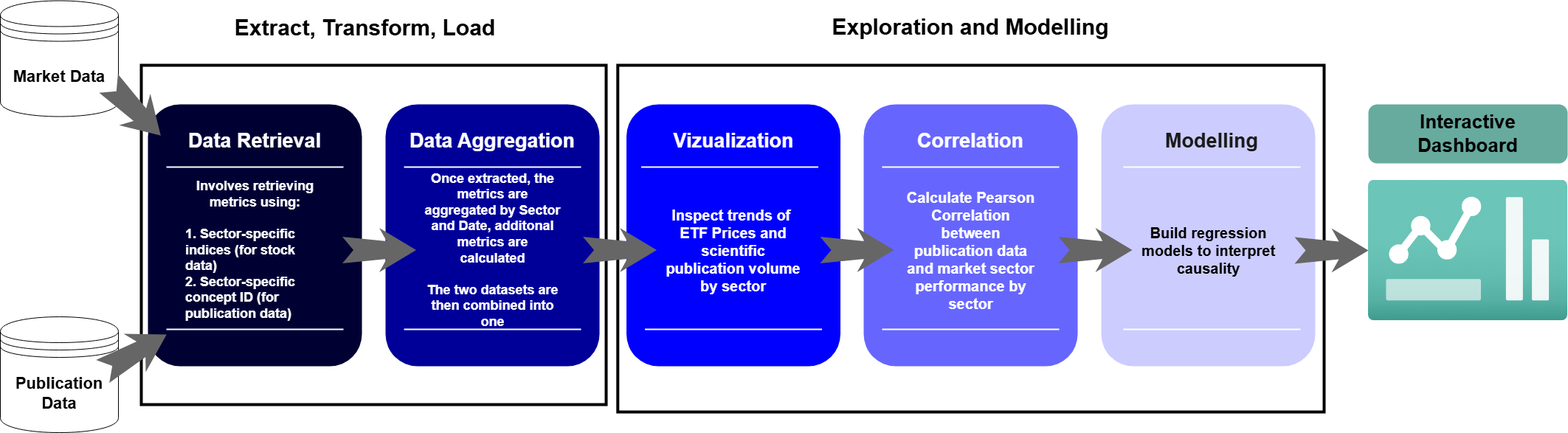
Earlier version of the draw.io export StockXPublication.png (MusondaSinkala/stock-publication-analyzer). Source tidied: cells renumbered, new cells last; positions are measured from the earlier drawing's top-left corner, leaving out a move shared by most shapes. Its diagram source:
```xml
<mxGraphModel>
  <root>
    <mxCell id="0" />
    <mxCell id="1" parent="0" />
    <mxCell id="2" style="labelBorderColor=light-dark(#000000,#000000);textOpacity=0;fontColor=none;noLabel=1;strokeColor=light-dark(#000000,#330000);strokeWidth=4;fillStyle=zigzag-line;fillColor=none;spacing=5;fontSize=14;" parent="1" vertex="1">
      <mxGeometry x="836.8" y="88" width="957.2" height="470" as="geometry" />
    </mxCell>
    <mxCell id="3" style="labelBorderColor=light-dark(#000000,#000000);textOpacity=0;fontColor=none;noLabel=1;strokeColor=light-dark(#000000,#333333);strokeWidth=4;fillStyle=zigzag-line;fillColor=none;fontSize=14;spacing=4;" parent="1" vertex="1">
      <mxGeometry x="191" y="88" width="630" height="460" as="geometry" />
    </mxCell>
    <mxCell id="4" value="&lt;span style=&quot;font-size: 22px;&quot;&gt;Market Data&lt;/span&gt;" style="shape=datastore;whiteSpace=wrap;html=1;fillColor=light-dark(#FFFFFF,#FFFFFF);strokeColor=light-dark(#000000,#000000);fontColor=light-dark(#000000,#000000);fontStyle=1;" parent="1" vertex="1">
      <mxGeometry y="0.5" width="160" height="157" as="geometry" />
    </mxCell>
    <mxCell id="5" style="whiteSpace=wrap;html=1;rounded=1;shadow=0;strokeWidth=8;fontSize=20;align=center;strokeColor=none;fillColor=light-dark(#000033,#000033);" parent="1" vertex="1">
      <mxGeometry x="200" y="141" width="290" height="355" as="geometry" />
    </mxCell>
    <mxCell id="6" value="Data Retrieval" style="text;html=1;strokeColor=none;fillColor=none;align=center;verticalAlign=middle;whiteSpace=wrap;rounded=0;shadow=0;fontSize=27;fontColor=light-dark(#FFFFFF,#FFFFFF);fontStyle=1;" parent="1" vertex="1">
      <mxGeometry x="205" y="161" width="280" height="60" as="geometry" />
    </mxCell>
    <mxCell id="7" value="&lt;font&gt;Involves retrieving metrics using:&lt;/font&gt;&lt;div&gt;&lt;font&gt;&lt;br&gt;&lt;/font&gt;&lt;/div&gt;&lt;div style=&quot;text-align: left;&quot;&gt;&lt;font&gt;1.&amp;nbsp;Sector-specific indices (for stock data)&lt;/font&gt;&lt;/div&gt;&lt;div style=&quot;text-align: left;&quot;&gt;&lt;font&gt;2. Sector-specific concept ID (for publication data)&lt;/font&gt;&lt;/div&gt;" style="text;html=1;strokeColor=none;fillColor=none;align=center;verticalAlign=middle;whiteSpace=wrap;rounded=0;shadow=0;fontSize=18;fontColor=light-dark(#FFFFFF, #faf9f9);fontStyle=1;" parent="1" vertex="1">
      <mxGeometry x="249.5" y="233.5" width="191" height="210" as="geometry" />
    </mxCell>
    <mxCell id="8" style="line;strokeWidth=2;html=1;rounded=0;shadow=0;fontSize=27;align=center;fillColor=none;strokeColor=light-dark(#FFFFFF,#FFFFFF);" parent="1" vertex="1">
      <mxGeometry x="225" y="221" width="240" height="10" as="geometry" />
    </mxCell>
    <mxCell id="9" style="line;strokeWidth=2;html=1;rounded=0;shadow=0;fontSize=27;align=center;fillColor=none;strokeColor=light-dark(#FFFFFF,#FFFFFF);labelBackgroundColor=none;fontColor=none;noLabel=1;" parent="1" vertex="1">
      <mxGeometry x="225" y="441" width="240" height="10" as="geometry" />
    </mxCell>
    <mxCell id="10" style="html=1;shadow=0;dashed=0;align=center;verticalAlign=middle;shape=mxgraph.arrows2.stylisedArrow;dy=0.6;dx=40;notch=15;feather=0.4;rounded=0;strokeWidth=1;fontSize=27;strokeColor=none;fillColor=light-dark(#666666,#666666);rotation=45;" parent="1" vertex="1">
      <mxGeometry x="132" y="118" width="100" height="60" as="geometry" />
    </mxCell>
    <mxCell id="11" style="whiteSpace=wrap;html=1;rounded=1;shadow=0;strokeWidth=8;fontSize=20;align=center;fillColor=light-dark(#000099,#000099);strokeColor=none;glass=0;" parent="1" vertex="1">
      <mxGeometry x="522" y="141" width="290" height="355" as="geometry" />
    </mxCell>
    <mxCell id="12" value="Data Aggregation" style="text;html=1;strokeColor=none;fillColor=none;align=center;verticalAlign=middle;whiteSpace=wrap;rounded=0;shadow=0;fontSize=27;fontColor=light-dark(#FFFFFF,#FFFFFF);fontStyle=1;" parent="1" vertex="1">
      <mxGeometry x="527" y="161" width="280" height="60" as="geometry" />
    </mxCell>
    <mxCell id="13" value="&lt;b&gt;Once extracted, the metrics are aggregated by Sector and Date, additonal metrics are calculated&lt;/b&gt;&lt;div&gt;&lt;b&gt;&lt;br&gt;&lt;/b&gt;&lt;/div&gt;&lt;div&gt;&lt;b&gt;The two datasets are then combined into one&lt;/b&gt;&lt;/div&gt;" style="text;html=1;strokeColor=none;fillColor=none;align=center;verticalAlign=middle;whiteSpace=wrap;rounded=0;shadow=0;fontSize=18;fontColor=light-dark(#FFFFFF,#FFFFFF);" parent="1" vertex="1">
      <mxGeometry x="571.5" y="203.5" width="191" height="270" as="geometry" />
    </mxCell>
    <mxCell id="14" style="line;strokeWidth=2;html=1;rounded=0;shadow=0;fontSize=27;align=center;fillColor=none;strokeColor=light-dark(#FFFFFF,#FFFFFF);" parent="1" vertex="1">
      <mxGeometry x="547" y="221" width="240" height="10" as="geometry" />
    </mxCell>
    <mxCell id="15" style="line;strokeWidth=2;html=1;rounded=0;shadow=0;fontSize=27;align=center;fillColor=none;strokeColor=light-dark(#FFFFFF,#FFFFFF);fontColor=light-dark(#FFFFFF,#FFFFFF);" parent="1" vertex="1">
      <mxGeometry x="547" y="441" width="240" height="10" as="geometry" />
    </mxCell>
    <mxCell id="16" style="whiteSpace=wrap;html=1;rounded=1;shadow=0;strokeWidth=8;fontSize=20;align=center;fillColor=light-dark(#6666FF,#6666FF);strokeColor=none;" parent="1" vertex="1">
      <mxGeometry x="1170" y="141" width="290" height="355" as="geometry" />
    </mxCell>
    <mxCell id="17" value="Correlation" style="text;html=1;strokeColor=none;fillColor=none;align=center;verticalAlign=middle;whiteSpace=wrap;rounded=0;shadow=0;fontSize=27;fontColor=light-dark(#FFFFFF,#FFFFFF);fontStyle=1;" parent="1" vertex="1">
      <mxGeometry x="1175" y="161" width="280" height="60" as="geometry" />
    </mxCell>
    <mxCell id="18" style="line;strokeWidth=2;html=1;rounded=0;shadow=0;fontSize=27;align=center;fillColor=none;strokeColor=#FFFFFF;" parent="1" vertex="1">
      <mxGeometry x="1195" y="221" width="240" height="10" as="geometry" />
    </mxCell>
    <mxCell id="19" style="line;strokeWidth=2;html=1;rounded=0;shadow=0;fontSize=27;align=center;fillColor=none;strokeColor=#FFFFFF;" parent="1" vertex="1">
      <mxGeometry x="1195" y="441" width="240" height="10" as="geometry" />
    </mxCell>
    <mxCell id="20" style="whiteSpace=wrap;html=1;rounded=1;shadow=0;strokeWidth=8;fontSize=20;align=center;fillColor=light-dark(#CCCCFF,#CCCCFF);strokeColor=none;gradientColor=none;" parent="1" vertex="1">
      <mxGeometry x="1492" y="141" width="290" height="355" as="geometry" />
    </mxCell>
    <mxCell id="21" value="Modelling" style="text;html=1;strokeColor=none;fillColor=none;align=center;verticalAlign=middle;whiteSpace=wrap;rounded=0;shadow=0;fontSize=27;fontColor=light-dark(#1A1A1A,#1A1A1A);fontStyle=1;" parent="1" vertex="1">
      <mxGeometry x="1502" y="161" width="280" height="60" as="geometry" />
    </mxCell>
    <mxCell id="22" style="line;strokeWidth=2;html=1;rounded=0;shadow=0;fontSize=27;align=center;fillColor=none;strokeColor=#FFFFFF;" parent="1" vertex="1">
      <mxGeometry x="1522" y="221" width="240" height="10" as="geometry" />
    </mxCell>
    <mxCell id="23" style="line;strokeWidth=2;html=1;rounded=0;shadow=0;fontSize=27;align=center;fillColor=none;strokeColor=#FFFFFF;" parent="1" vertex="1">
      <mxGeometry x="1522" y="441" width="240" height="10" as="geometry" />
    </mxCell>
    <mxCell id="24" style="image;html=1;align=center;fontSize=12;image=img/lib/azure2/general/Dashboard2.svg;" parent="1" vertex="1">
      <mxGeometry x="1854" y="243.7" width="270" height="190.6" as="geometry" />
    </mxCell>
    <mxCell id="25" style="html=1;shadow=0;dashed=0;align=center;verticalAlign=middle;shape=mxgraph.arrows2.stylisedArrow;dy=0.6;dx=40;notch=15;feather=0.4;rounded=0;strokeWidth=1;fontSize=27;strokeColor=none;fillColor=light-dark(#666666,#666666);" parent="1" vertex="1">
      <mxGeometry x="463.5" y="308.5" width="100" height="60" as="geometry" />
    </mxCell>
    <mxCell id="26" style="html=1;shadow=0;dashed=0;align=center;verticalAlign=middle;shape=mxgraph.arrows2.stylisedArrow;dy=0.6;dx=40;notch=15;feather=0.4;rounded=0;strokeWidth=1;fontSize=27;strokeColor=none;fillColor=light-dark(#666666,#666666);" parent="1" vertex="1">
      <mxGeometry x="1434" y="308.5" width="100" height="60" as="geometry" />
    </mxCell>
    <mxCell id="27" value="&lt;font style=&quot;font-size: 22px;&quot;&gt;Publication Data&lt;/font&gt;" style="shape=datastore;whiteSpace=wrap;html=1;strokeColor=light-dark(#000000,#000000);fillColor=light-dark(#FFFFFF,#D5E8D4);fontColor=light-dark(#000000,#000000);fontStyle=1;" parent="1" vertex="1">
      <mxGeometry y="429" width="160" height="157" as="geometry" />
    </mxCell>
    <mxCell id="28" style="html=1;shadow=0;dashed=0;align=center;verticalAlign=middle;shape=mxgraph.arrows2.stylisedArrow;dy=0.6;dx=40;notch=15;feather=0.4;rounded=0;strokeWidth=1;fontSize=27;strokeColor=none;fillColor=light-dark(#666666,#666666);" parent="1" vertex="1">
      <mxGeometry x="1754" y="309" width="100" height="60" as="geometry" />
    </mxCell>
    <mxCell id="29" value="Calculate Pearson Correlation between publication data and market sector performance by sector" style="text;html=1;strokeColor=none;fillColor=none;align=center;verticalAlign=middle;whiteSpace=wrap;rounded=0;shadow=0;fontSize=20;fontColor=light-dark(#FFFFFF,#FFFFFF);fontStyle=1;" parent="1" vertex="1">
      <mxGeometry x="1219.5" y="203.5" width="191" height="270" as="geometry" />
    </mxCell>
    <mxCell id="30" value="&lt;span&gt;&lt;font style=&quot;color: light-dark(rgb(0, 0, 0), rgb(0, 0, 0));&quot;&gt;Build regression models to interpret causality&lt;/font&gt;&lt;/span&gt;" style="text;html=1;strokeColor=none;fillColor=none;align=center;verticalAlign=middle;whiteSpace=wrap;rounded=0;shadow=0;fontSize=20;fontColor=light-dark(#000000,#000000);fontStyle=1;" parent="1" vertex="1">
      <mxGeometry x="1541.5" y="203.5" width="191" height="270" as="geometry" />
    </mxCell>
    <mxCell id="31" value="Interactive Dashboard" style="text;strokeColor=none;align=center;fillColor=light-dark(#67AB9F,#67AB9F);html=1;verticalAlign=middle;whiteSpace=wrap;rounded=1;fontColor=light-dark(#000000,#EDEDED);fontSize=26;fontStyle=1;" parent="1" vertex="1">
      <mxGeometry x="1854" y="141" width="270" height="80" as="geometry" />
    </mxCell>
    <mxCell id="32" value="&lt;font style=&quot;font-size: 30px;&quot;&gt;&lt;b style=&quot;&quot;&gt;Extract, Transform, Load&lt;/b&gt;&lt;/font&gt;" style="rounded=0;whiteSpace=wrap;html=1;fillColor=none;strokeColor=none;fontColor=light-dark(#000000,#333333);" parent="1" vertex="1">
      <mxGeometry x="285" y="7" width="419" height="60" as="geometry" />
    </mxCell>
    <mxCell id="33" style="whiteSpace=wrap;html=1;rounded=1;shadow=0;strokeWidth=8;fontSize=20;align=center;fillColor=light-dark(#0000FF,#0000FF);strokeColor=none;" parent="1" vertex="1">
      <mxGeometry x="848.5" y="141" width="290" height="355" as="geometry" />
    </mxCell>
    <mxCell id="34" value="Vizualization" style="text;html=1;strokeColor=none;fillColor=none;align=center;verticalAlign=middle;whiteSpace=wrap;rounded=0;shadow=0;fontSize=27;fontColor=light-dark(#FFFFFF,#FFFFFF);fontStyle=1;" parent="1" vertex="1">
      <mxGeometry x="853.5" y="161" width="280" height="60" as="geometry" />
    </mxCell>
    <mxCell id="35" style="line;strokeWidth=2;html=1;rounded=0;shadow=0;fontSize=27;align=center;fillColor=none;strokeColor=#FFFFFF;" parent="1" vertex="1">
      <mxGeometry x="873.5" y="441" width="240" height="10" as="geometry" />
    </mxCell>
    <mxCell id="36" style="html=1;shadow=0;dashed=0;align=center;verticalAlign=middle;shape=mxgraph.arrows2.stylisedArrow;dy=0.6;dx=40;notch=15;feather=0.4;rounded=0;strokeWidth=1;fontSize=27;strokeColor=none;fillColor=light-dark(#666666,#666666);" parent="1" vertex="1">
      <mxGeometry x="789.5" y="308.5" width="100" height="60" as="geometry" />
    </mxCell>
    <mxCell id="37" value="Inspect trends of&amp;nbsp; ETF Prices and scientific publication volume by sector" style="text;html=1;strokeColor=none;fillColor=none;align=center;verticalAlign=middle;whiteSpace=wrap;rounded=0;shadow=0;fontSize=20;fontColor=light-dark(#FFFFFF,#FFFFFF);fontStyle=1;" parent="1" vertex="1">
      <mxGeometry x="898" y="203.5" width="191" height="270" as="geometry" />
    </mxCell>
    <mxCell id="38" style="html=1;shadow=0;dashed=0;align=center;verticalAlign=middle;shape=mxgraph.arrows2.stylisedArrow;dy=0.6;dx=40;notch=15;feather=0.4;rounded=0;strokeWidth=1;fontSize=27;strokeColor=none;fillColor=light-dark(#666666,#666666);" parent="1" vertex="1">
      <mxGeometry x="1111" y="308.5" width="100" height="60" as="geometry" />
    </mxCell>
    <mxCell id="39" style="line;strokeWidth=2;html=1;rounded=0;shadow=0;fontSize=27;align=center;fillColor=none;strokeColor=#FFFFFF;" parent="1" vertex="1">
      <mxGeometry x="868.5" y="221" width="240" height="10" as="geometry" />
    </mxCell>
    <mxCell id="40" value="&lt;font style=&quot;font-size: 30px;&quot;&gt;&lt;b style=&quot;&quot;&gt;Exploration and Modelling&lt;/b&gt;&lt;/font&gt;" style="rounded=0;whiteSpace=wrap;html=1;fillColor=none;strokeColor=none;fontColor=light-dark(#000000,#330000);" parent="1" vertex="1">
      <mxGeometry x="1094.2" y="6" width="442.2" height="60" as="geometry" />
    </mxCell>
    <mxCell id="41" style="html=1;shadow=0;dashed=0;align=center;verticalAlign=middle;shape=mxgraph.arrows2.stylisedArrow;dy=0.6;dx=40;notch=15;feather=0.4;rounded=0;strokeWidth=1;fontSize=27;strokeColor=none;fillColor=light-dark(#666666,#666666);rotation=-30;" parent="1" vertex="1">
      <mxGeometry x="132" y="448" width="100" height="60" as="geometry" />
    </mxCell>
  </root>
</mxGraphModel>
```
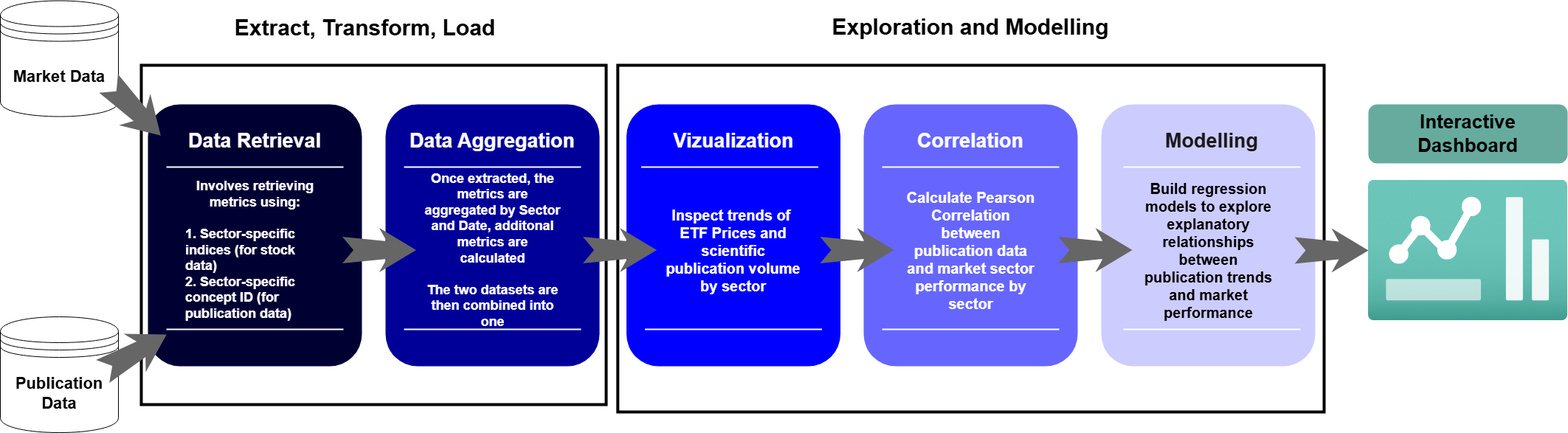
Above is the later version.

Diff of the diagram source:
```diff
@@ -86,7 +86,7 @@
     <mxCell id="29" value="Calculate Pearson Correlation between publication data and market sector performance by sector" style="text;html=1;strokeColor=none;fillColor=none;align=center;verticalAlign=middle;whiteSpace=wrap;rounded=0;shadow=0;fontSize=20;fontColor=light-dark(#FFFFFF,#FFFFFF);fontStyle=1;" parent="1" vertex="1">
       <mxGeometry x="1219.5" y="203.5" width="191" height="270" as="geometry" />
     </mxCell>
-    <mxCell id="30" value="&lt;span&gt;&lt;font style=&quot;color: light-dark(rgb(0, 0, 0), rgb(0, 0, 0));&quot;&gt;Build regression models to interpret causality&lt;/font&gt;&lt;/span&gt;" style="text;html=1;strokeColor=none;fillColor=none;align=center;verticalAlign=middle;whiteSpace=wrap;rounded=0;shadow=0;fontSize=20;fontColor=light-dark(#000000,#000000);fontStyle=1;" parent="1" vertex="1">
+    <mxCell id="30" value="&lt;span&gt;&lt;font style=&quot;color: light-dark(rgb(0, 0, 0), rgb(0, 0, 0));&quot;&gt;Build regression models to explore explanatory relationships between publication trends and market performance&lt;/font&gt;&lt;/span&gt;" style="text;html=1;strokeColor=none;fillColor=none;align=center;verticalAlign=middle;whiteSpace=wrap;rounded=0;shadow=0;fontSize=20;fontColor=light-dark(#000000,#000000);fontStyle=1;" parent="1" vertex="1">
       <mxGeometry x="1541.5" y="203.5" width="191" height="270" as="geometry" />
     </mxCell>
     <mxCell id="31" value="Interactive Dashboard" style="text;strokeColor=none;align=center;fillColor=light-dark(#67AB9F,#67AB9F);html=1;verticalAlign=middle;whiteSpace=wrap;rounded=1;fontColor=light-dark(#000000,#EDEDED);fontSize=26;fontStyle=1;" parent="1" vertex="1">
```
